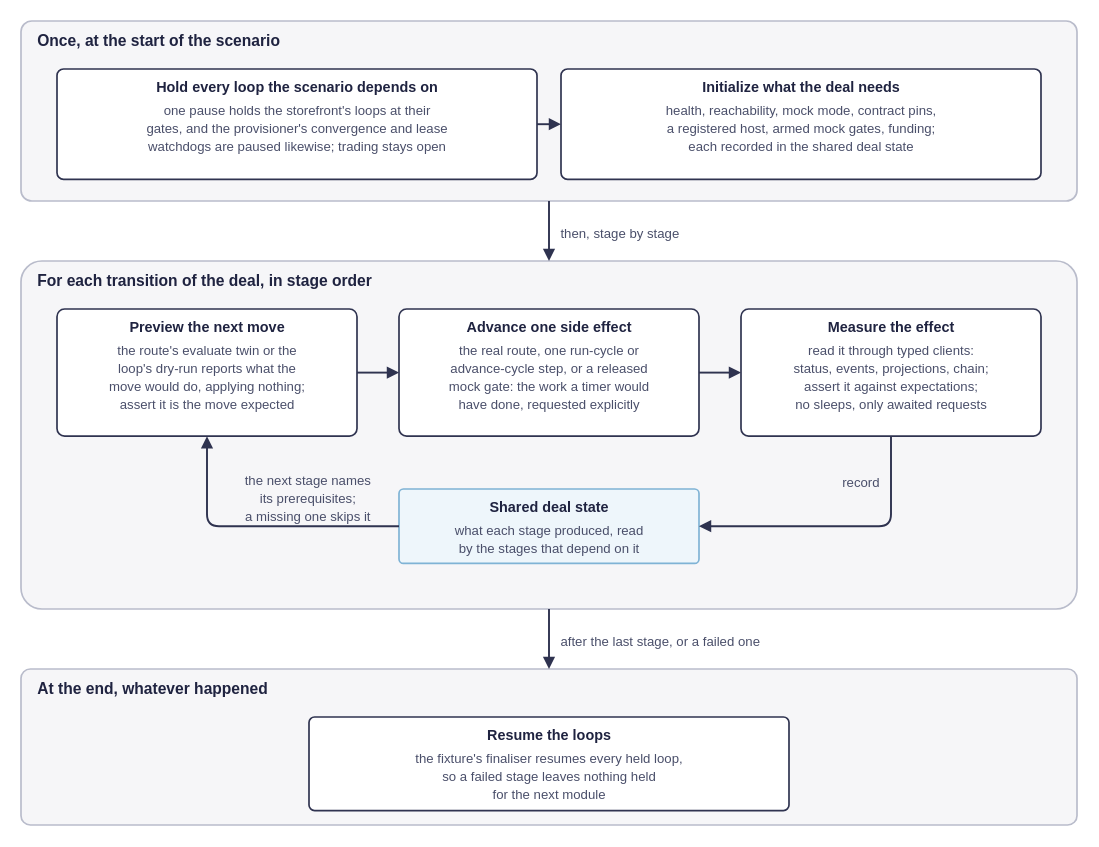
Before: docs/development/diagrams/e2e-stage-discipline.drawio in arkhai-io/simple-compute-market, a draw.io diagram. Source tidied: cells renumbered, new cells numbered last; positions are measured from the earlier drawing's top-left corner, leaving out a move shared by most shapes. Both pictures are drawn from the tidied source at 120%, with x=0, y=0 at pixel (20, 20).
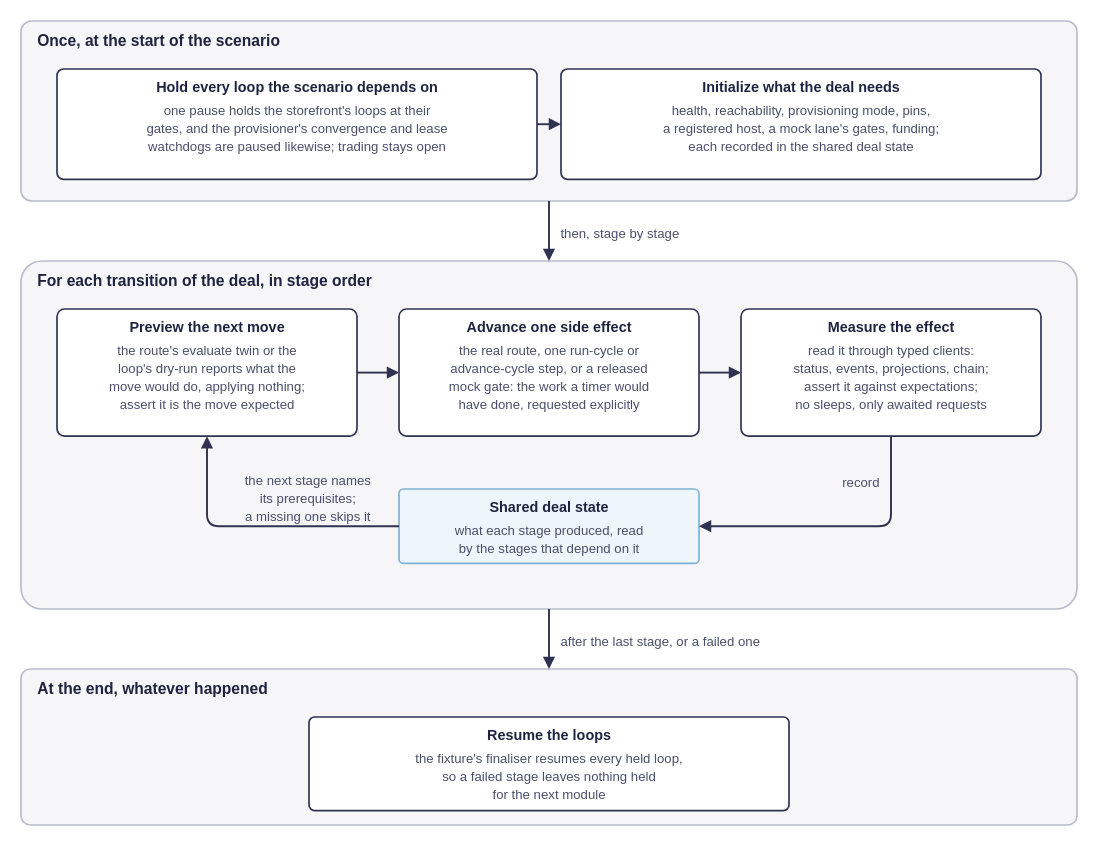
The same diagram, later.

Change to the diagram source:
```diff
@@
-    <mxCell id="11" value="health, reachability, mock mode, contract pins," style="text;html=1;align=center;verticalAlign=middle;whiteSpace=nowrap;fontSize=11;fontColor=#4a4f6a;fontStyle=0;fontFamily=Helvetica;" parent="1" vertex="1">
+    <mxCell id="11" value="health, reachability, provisioning mode, pins," style="text;html=1;align=center;verticalAlign=middle;whiteSpace=nowrap;fontSize=11;fontColor=#4a4f6a;fontStyle=0;fontFamily=Helvetica;" parent="1" vertex="1">
       <mxGeometry x="483.7" y="66" width="332.5" height="17" as="geometry" />
     </mxCell>
-    <mxCell id="12" value="a registered host, armed mock gates, funding;" style="text;html=1;align=center;verticalAlign=middle;whiteSpace=nowrap;fontSize=11;fontColor=#4a4f6a;fontStyle=0;fontFamily=Helvetica;" parent="1" vertex="1">
+    <mxCell id="12" value="a registered host, a mock lane's gates, funding;" style="text;html=1;align=center;verticalAlign=middle;whiteSpace=nowrap;fontSize=11;fontColor=#4a4f6a;fontStyle=0;fontFamily=Helvetica;" parent="1" vertex="1">
       <mxGeometry x="490.5" y="81" width="318.9" height="17" as="geometry" />
     </mxCell>
```
